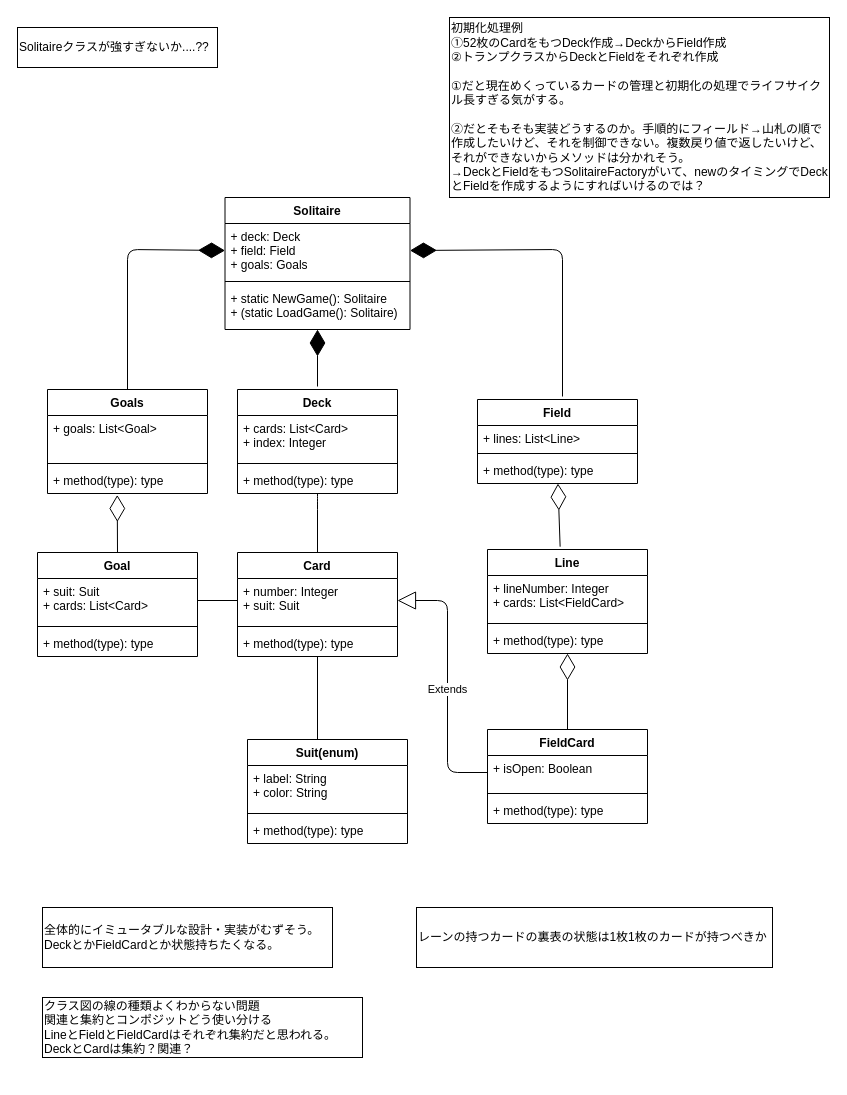
The draw.io diagram model.drawio in taguchi-uls/d5-solitaire, before the edit. Source tidied: cells renumbered, new cells numbered last; positions are measured from the earlier drawing's top-left corner, leaving out a move shared by most shapes. Both pictures are drawn from the tidied source at 100%, with x=0, y=0 at pixel (17, 17).
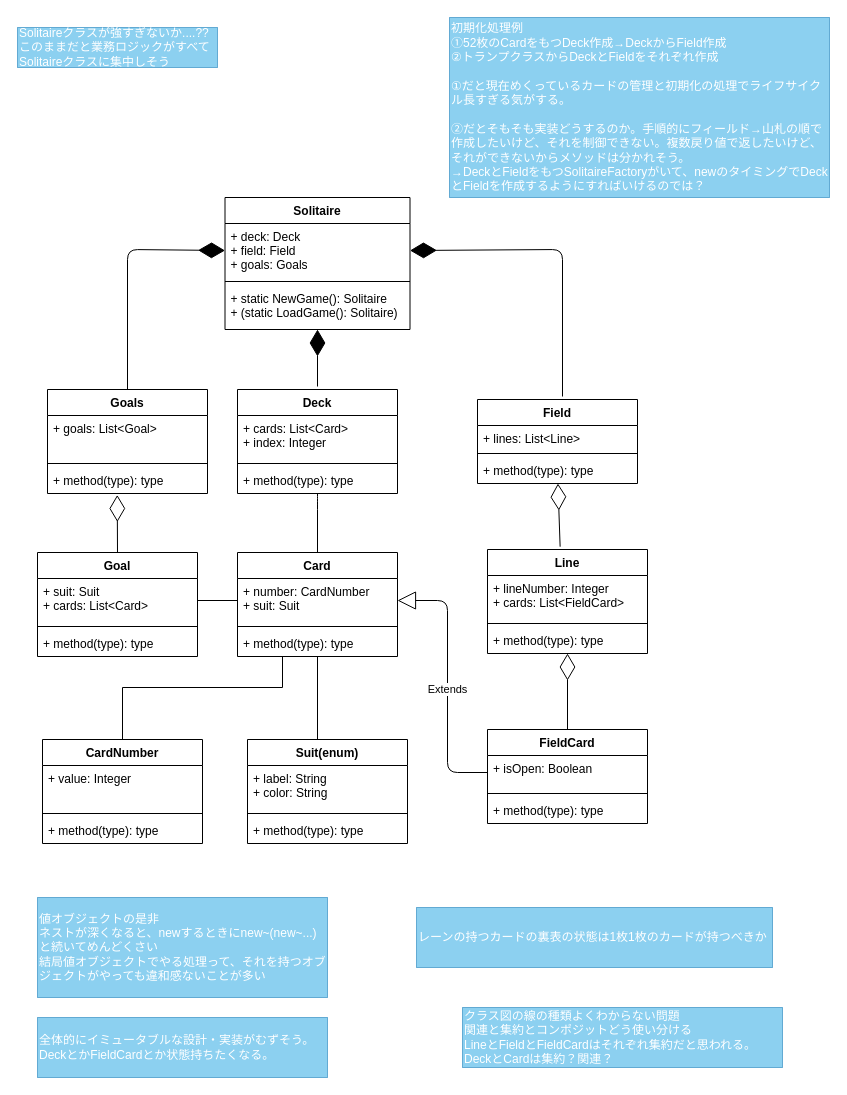
After the change.

Commit message:
値オブジェクト切り出し

The change refers to these unchanged cells:
```xml
<mxCell id="2" value="Card" style="swimlane;fontStyle=1;align=center;verticalAlign=top;horizontal=1;startSize=26;" parent="1" vertex="1">
  <mxGeometry x="220" y="535" width="160" height="104" as="geometry" />
</mxCell>
```

Change to the diagram source:
```diff
@@
-    <mxCell id="3" value="+ number: Integer&#10;+ suit: Suit" style="text;strokeColor=none;fillColor=none;align=left;verticalAlign=top;spacingLeft=4;spacingRight=4;overflow=hidden;points=[[0,0.5],[1,0.5]];portConstraint=eastwest;" parent="2" vertex="1">
+    <mxCell id="3" value="+ number: CardNumber&#10;+ suit: Suit" style="text;strokeColor=none;fillColor=none;align=left;verticalAlign=top;spacingLeft=4;spacingRight=4;overflow=hidden;points=[[0,0.5],[1,0.5]];portConstraint=eastwest;" parent="2" vertex="1">
       <mxGeometry y="26" width="160" height="44" as="geometry" />
     </mxCell>
@@
-    <mxCell id="34" value="初期化処理例&lt;br&gt;①52枚のCardをもつDeck作成→DeckからField作成&lt;br&gt;②トランプクラスからDeckとFieldをそれぞれ作成&lt;br&gt;&lt;br&gt;①だと現在めくっているカードの管理と初期化の処理でライフサイクル長すぎる気がする。&lt;br&gt;&lt;br&gt;②だとそもそも実装どうするのか。手順的にフィールド→山札の順で作成したいけど、それを制御できない。複数戻り値で返したいけど、それができないからメソッドは分かれそう。&lt;br&gt;→DeckとFieldをもつSolitaireFactoryがいて、newのタイミングでDeckとFieldを作成するようにすればいけるのでは？" style="rounded=1;whiteSpace=wrap;html=1;align=left;arcSize=0;" parent="1" vertex="1">
+    <mxCell id="34" value="初期化処理例&lt;br&gt;①52枚のCardをもつDeck作成→DeckからField作成&lt;br&gt;②トランプクラスからDeckとFieldをそれぞれ作成&lt;br&gt;&lt;br&gt;①だと現在めくっているカードの管理と初期化の処理でライフサイクル長すぎる気がする。&lt;br&gt;&lt;br&gt;②だとそもそも実装どうするのか。手順的にフィールド→山札の順で作成したいけど、それを制御できない。複数戻り値で返したいけど、それができないからメソッドは分かれそう。&lt;br&gt;→DeckとFieldをもつSolitaireFactoryがいて、newのタイミングでDeckとFieldを作成するようにすればいけるのでは？" style="rounded=1;whiteSpace=wrap;html=1;align=left;arcSize=0;fillColor=#1ba1e2;strokeColor=#006EAF;fontColor=#ffffff;opacity=50;" parent="1" vertex="1">
       <mxGeometry x="432" width="380" height="180" as="geometry" />
     </mxCell>
-    <mxCell id="35" value="全体的にイミュータブルな設計・実装がむずそう。&lt;br&gt;DeckとかFieldCardとか状態持ちたくなる。" style="rounded=1;whiteSpace=wrap;html=1;align=left;arcSize=0;" parent="1" vertex="1">
-      <mxGeometry x="25" y="890" width="290" height="60" as="geometry" />
+    <mxCell id="35" value="全体的にイミュータブルな設計・実装がむずそう。&lt;br&gt;DeckとかFieldCardとか状態持ちたくなる。" style="rounded=1;whiteSpace=wrap;html=1;align=left;arcSize=0;fillColor=#1ba1e2;strokeColor=#006EAF;fontColor=#ffffff;opacity=50;" parent="1" vertex="1">
+      <mxGeometry x="20" y="1000" width="290" height="60" as="geometry" />
     </mxCell>
@@
-    <mxCell id="39" value="クラス図の線の種類よくわからない問題&lt;br&gt;関連と集約とコンポジットどう使い分ける&lt;br&gt;LineとFieldとFieldCardはそれぞれ集約だと思われる。&lt;br&gt;DeckとCardは集約？関連？" style="rounded=1;whiteSpace=wrap;html=1;align=left;arcSize=0;" parent="1" vertex="1">
-      <mxGeometry x="25" y="980" width="320" height="60" as="geometry" />
+    <mxCell id="39" value="クラス図の線の種類よくわからない問題&lt;br&gt;関連と集約とコンポジットどう使い分ける&lt;br&gt;LineとFieldとFieldCardはそれぞれ集約だと思われる。&lt;br&gt;DeckとCardは集約？関連？" style="rounded=1;whiteSpace=wrap;html=1;align=left;arcSize=0;fillColor=#1ba1e2;strokeColor=#006EAF;fontColor=#ffffff;opacity=50;" parent="1" vertex="1">
+      <mxGeometry x="445" y="990" width="320" height="60" as="geometry" />
     </mxCell>
@@
-    <mxCell id="48" value="レーンの持つカードの裏表の状態は1枚1枚のカードが持つべきか&lt;br&gt;" style="rounded=1;whiteSpace=wrap;html=1;align=left;arcSize=0;" parent="1" vertex="1">
+    <mxCell id="48" value="レーンの持つカードの裏表の状態は1枚1枚のカードが持つべきか&lt;br&gt;" style="rounded=1;whiteSpace=wrap;html=1;align=left;arcSize=0;fillColor=#1ba1e2;strokeColor=#006EAF;fontColor=#ffffff;opacity=50;" parent="1" vertex="1">
       <mxGeometry x="399" y="890" width="356" height="60" as="geometry" />
     </mxCell>
@@
-    <mxCell id="52" value="Solitaireクラスが強すぎないか....??" style="rounded=1;whiteSpace=wrap;html=1;align=left;arcSize=0;" parent="1" vertex="1">
+    <mxCell id="52" value="Solitaireクラスが強すぎないか....??&lt;br&gt;このままだと業務ロジックがすべてSolitaireクラスに集中しそう" style="rounded=1;whiteSpace=wrap;html=1;align=left;arcSize=0;fillColor=#1ba1e2;fontColor=#ffffff;strokeColor=#006EAF;opacity=50;" parent="1" vertex="1">
       <mxGeometry y="10" width="200" height="40" as="geometry" />
     </mxCell>
+    <mxCell id="53" value="CardNumber" style="swimlane;fontStyle=1;align=center;verticalAlign=top;horizontal=1;startSize=26;" parent="1" vertex="1">
+      <mxGeometry x="25" y="722" width="160" height="104" as="geometry" />
+    </mxCell>
+    <mxCell id="54" value="+ value: Integer" style="text;strokeColor=none;fillColor=none;align=left;verticalAlign=top;spacingLeft=4;spacingRight=4;overflow=hidden;" parent="53" vertex="1">
+      <mxGeometry y="26" width="160" height="44" as="geometry" />
+    </mxCell>
+    <mxCell id="55" style="line;strokeWidth=1;fillColor=none;align=left;verticalAlign=middle;spacingTop=-1;spacingLeft=3;spacingRight=3;labelPosition=right;" parent="53" vertex="1">
+      <mxGeometry y="70" width="160" height="8" as="geometry" />
+    </mxCell>
+    <mxCell id="56" value="+ method(type): type" style="text;strokeColor=none;fillColor=none;align=left;verticalAlign=top;spacingLeft=4;spacingRight=4;overflow=hidden;" parent="53" vertex="1">
+      <mxGeometry y="78" width="160" height="26" as="geometry" />
+    </mxCell>
+    <mxCell id="57" style="endArrow=none;html=1;edgeStyle=orthogonalEdgeStyle;exitX=0.5;exitY=0;exitDx=0;exitDy=0;rounded=0;" parent="1" edge="1" source="53">
+      <mxGeometry relative="1" as="geometry">
+        <mxPoint x="265" y="639" as="targetPoint" />
+        <Array as="points">
+          <mxPoint x="105" y="670" />
+          <mxPoint x="265" y="670" />
+          <mxPoint x="265" y="639" />
+        </Array>
+      </mxGeometry>
+    </mxCell>
+    <mxCell id="58" value="値オブジェクトの是非&lt;br&gt;ネストが深くなると、newするときにnew~(new~...)と続いてめんどくさい&lt;br&gt;結局値オブジェクトでやる処理って、それを持つオブジェクトがやっても違和感ないことが多い" style="rounded=1;whiteSpace=wrap;html=1;align=left;arcSize=0;fillColor=#1ba1e2;strokeColor=#006EAF;fontColor=#ffffff;opacity=50;" parent="1" vertex="1">
+      <mxGeometry x="20" y="880" width="290" height="100" as="geometry" />
+    </mxCell>
```
